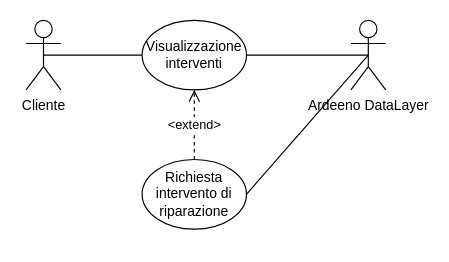
The draw.io diagram deliverables/d2/.media/.drawio/cliente3.drawio in amanfucci/ardeeno-workondeliverables, before the edit. Source tidied: cells renumbered, new cells numbered last; positions are measured from the earlier drawing's top-left corner, leaving out a move shared by most shapes. Both pictures are drawn from the tidied source at 116%, with x=0, y=0 at pixel (26, 20).
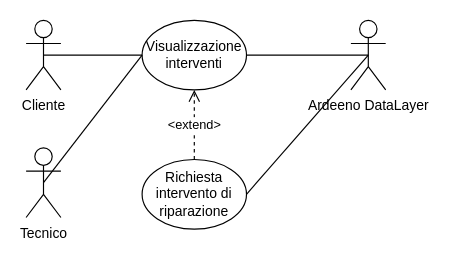
Above is the later version.

Diff of the diagram source:
```diff
@@
 <mxGraphModel background="#FFFFFF">
   <root>
     <mxCell id="0" />
     <mxCell id="1" parent="0" />
     <mxCell id="2" value="Visualizzazione interventi" style="ellipse;whiteSpace=wrap;html=1;strokeColor=#000000;" parent="1" vertex="1">
       <mxGeometry x="100" width="90" height="60" as="geometry" />
     </mxCell>
     <mxCell id="3" value="Richiesta intervento di riparazione" style="ellipse;whiteSpace=wrap;html=1;strokeColor=#000000;" parent="1" vertex="1">
       <mxGeometry x="100" y="120" width="90" height="60" as="geometry" />
     </mxCell>
     <mxCell id="4" value="&amp;lt;extend&amp;gt;" style="endArrow=open;endSize=8;endFill=0;html=1;rounded=0;dashed=1;exitX=0.5;exitY=0;exitDx=0;exitDy=0;entryX=0.5;entryY=1;entryDx=0;entryDy=0;startSize=0;" parent="1" edge="1" source="3" target="2">
       <mxGeometry relative="1" as="geometry" />
     </mxCell>
     <mxCell id="5" style="edgeStyle=none;rounded=0;jettySize=auto;html=1;exitX=0.5;exitY=0.5;exitDx=0;exitDy=0;exitPerimeter=0;entryX=0;entryY=0.5;entryDx=0;entryDy=0;endArrow=none;endFill=0;endSize=10;" parent="1" edge="1" source="6" target="2">
       <mxGeometry relative="1" as="geometry" />
     </mxCell>
     <mxCell id="6" value="Cliente" style="shape=umlActor;verticalLabelPosition=bottom;verticalAlign=top;html=1;outlineConnect=0;perimeterSpacing=14;" parent="1" vertex="1">
       <mxGeometry width="30" height="60" as="geometry" />
     </mxCell>
     <mxCell id="7" style="edgeStyle=none;rounded=0;jettySize=auto;html=1;exitX=0.5;exitY=0.5;exitDx=0;exitDy=0;exitPerimeter=0;entryX=1;entryY=0.5;entryDx=0;entryDy=0;endArrow=none;endFill=0;endSize=10;" parent="1" edge="1" source="9" target="2">
       <mxGeometry relative="1" as="geometry" />
     </mxCell>
     <mxCell id="8" style="edgeStyle=none;rounded=0;jettySize=auto;html=1;exitX=0.5;exitY=0.5;exitDx=0;exitDy=0;exitPerimeter=0;entryX=1;entryY=0.5;entryDx=0;entryDy=0;endArrow=none;endFill=0;endSize=10;" parent="1" edge="1" source="9" target="3">
       <mxGeometry relative="1" as="geometry" />
     </mxCell>
     <mxCell id="9" value="Ardeeno DataLayer" style="shape=umlActor;verticalLabelPosition=bottom;verticalAlign=top;html=1;outlineConnect=0;" parent="1" vertex="1">
       <mxGeometry x="280" width="30" height="60" as="geometry" />
     </mxCell>
+    <mxCell id="10" style="rounded=0;jettySize=auto;html=1;exitX=0.5;exitY=0.5;exitDx=0;exitDy=0;exitPerimeter=0;endArrow=none;endFill=0;" parent="1" edge="1" source="11">
+      <mxGeometry relative="1" as="geometry">
+        <mxPoint x="100" y="30" as="targetPoint" />
+      </mxGeometry>
+    </mxCell>
+    <mxCell id="11" value="Tecnico" style="shape=umlActor;verticalLabelPosition=bottom;labelBackgroundColor=#ffffff;verticalAlign=top;html=1;outlineConnect=0;" parent="1" vertex="1">
+      <mxGeometry y="110" width="30" height="60" as="geometry" />
+    </mxCell>
   </root>
 </mxGraphModel>
```
